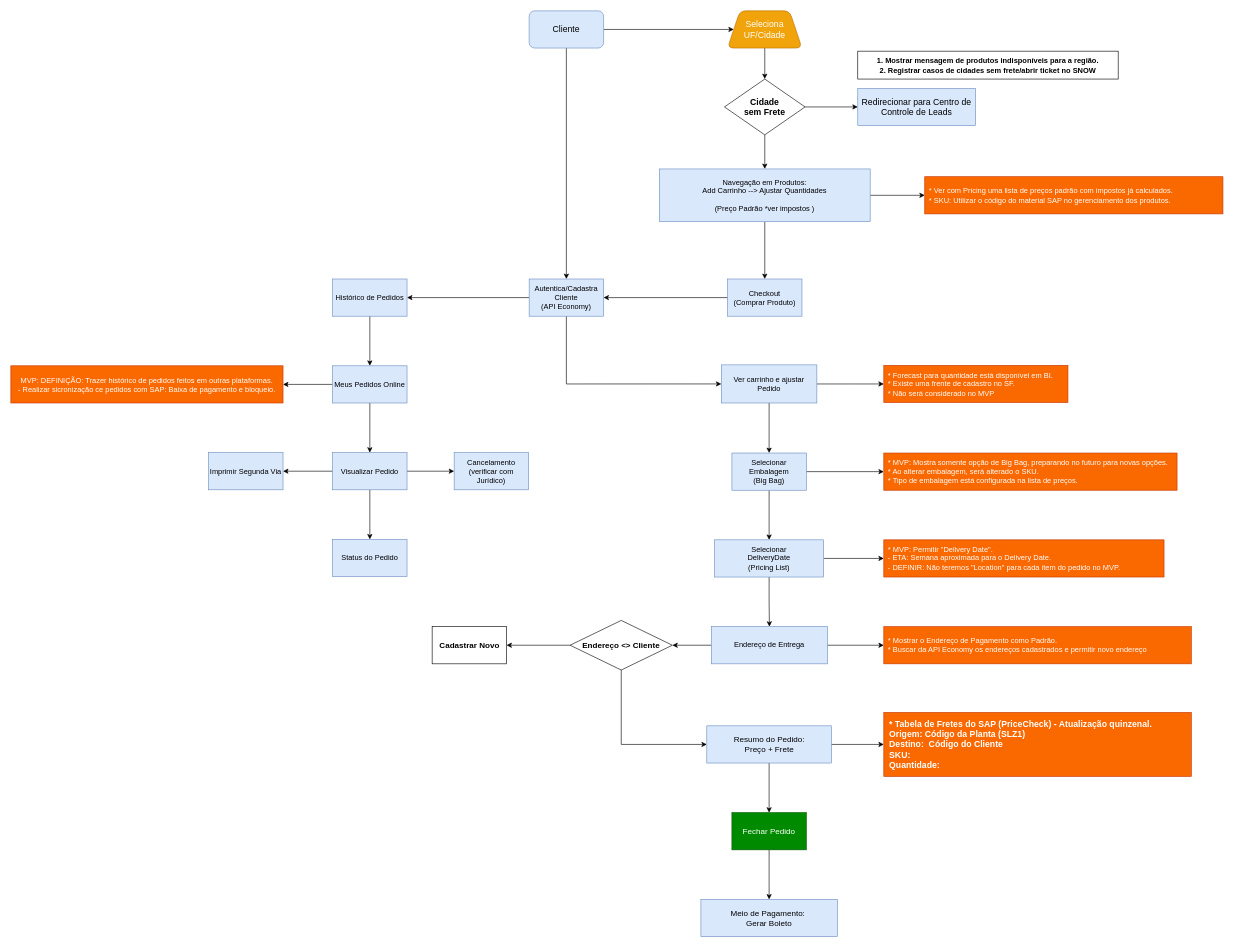
This is page "OrderEntry" (1 of 2) of OnlineSales.drawio from anlugifa/drawio, a draw.io file, before an edit. Source tidied: cells renumbered, new cells numbered last; positions are measured from the earlier drawing's top-left corner, leaving out a move shared by most shapes. Both pictures are drawn from the tidied source at 62%, with x=0, y=0 at pixel (11, 11).
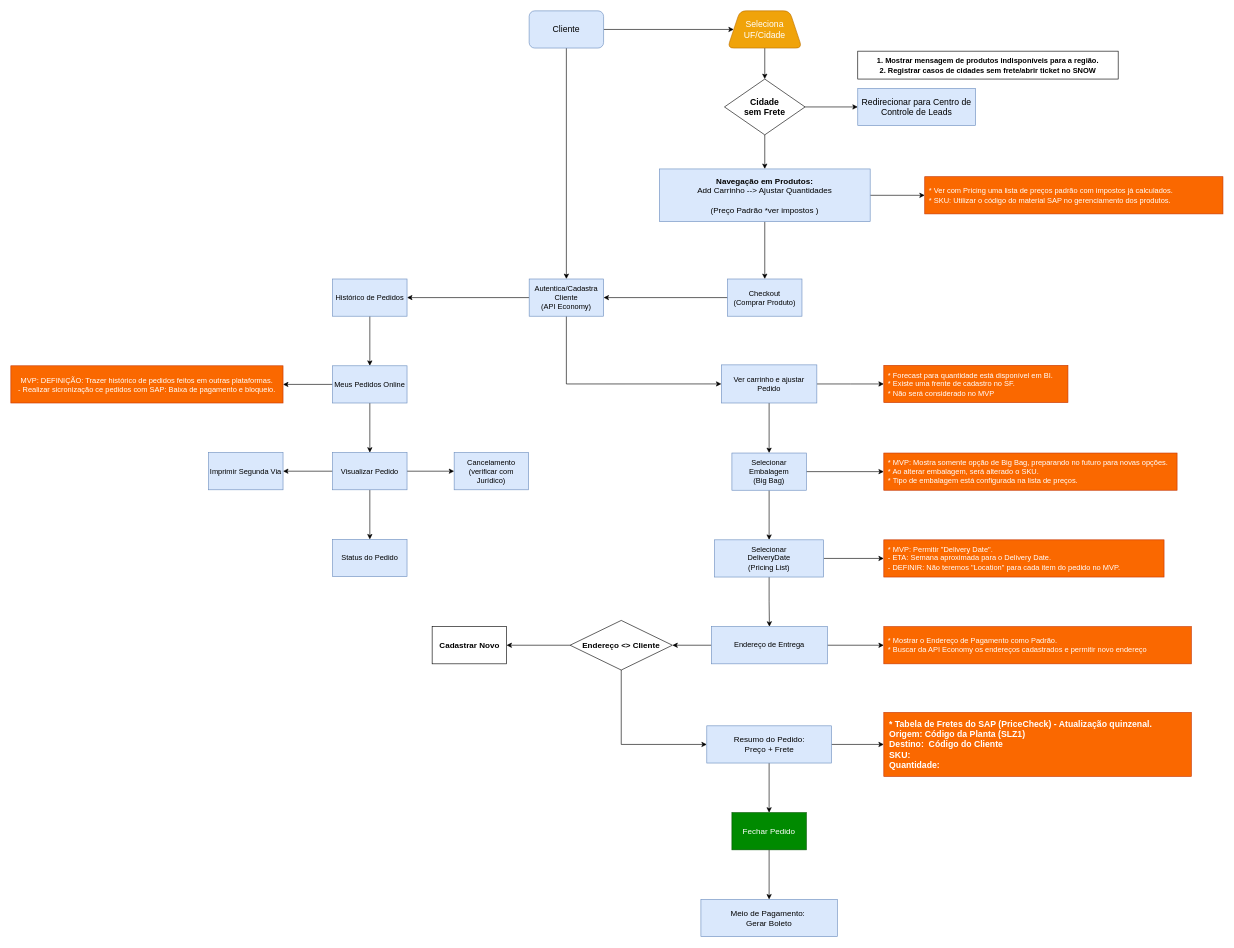
Above is the later version.

The edit, as a diff of the source:
```diff
@@
-    <mxCell id="15" value="&lt;p style=&quot;margin-top: 0pt ; margin-bottom: 0pt ; margin-left: 0in ; text-indent: 0in&quot;&gt;&lt;span style=&quot;font-family: &amp;#34;calibri&amp;#34;&quot;&gt;&lt;font style=&quot;font-size: 12px&quot;&gt;Navegação em Produtos:&lt;/font&gt;&lt;/span&gt;&lt;/p&gt;&lt;p style=&quot;margin-top: 0pt ; margin-bottom: 0pt ; margin-left: 0in ; text-indent: 0in&quot;&gt;&lt;font style=&quot;font-size: 12px&quot;&gt;&lt;span style=&quot;font-family: &amp;#34;calibri&amp;#34;&quot;&gt;Add&lt;/span&gt;&lt;span style=&quot;font-family: &amp;#34;calibri&amp;#34; ; vertical-align: baseline&quot;&gt; Carrinho --&amp;gt; Ajustar Quantidades&lt;/span&gt;&lt;span style=&quot;font-family: &amp;#34;calibri&amp;#34;&quot;&gt;&lt;br&gt;&lt;br&gt;&lt;/span&gt;&lt;span style=&quot;font-family: &amp;#34;calibri&amp;#34;&quot;&gt;(Preço Padrão *ver impostos )&lt;/span&gt;&lt;/font&gt;&lt;/p&gt;" style="whiteSpace=wrap;html=1;fillColor=#dae8fc;strokeColor=#6c8ebf;fontStyle=0;" parent="1" vertex="1">
+    <mxCell id="15" value="&lt;p style=&quot;margin-top: 0pt ; margin-bottom: 0pt ; margin-left: 0in ; text-indent: 0in ; font-size: 13px&quot;&gt;&lt;span style=&quot;font-family: &amp;#34;calibri&amp;#34;&quot;&gt;&lt;font style=&quot;font-size: 13px&quot;&gt;&lt;b&gt;Navegação em Produtos:&lt;/b&gt;&lt;/font&gt;&lt;/span&gt;&lt;/p&gt;&lt;p style=&quot;margin-top: 0pt ; margin-bottom: 0pt ; margin-left: 0in ; text-indent: 0in ; font-size: 13px&quot;&gt;&lt;font style=&quot;font-size: 13px&quot;&gt;&lt;span style=&quot;font-family: &amp;#34;calibri&amp;#34;&quot;&gt;Add&lt;/span&gt;&lt;span style=&quot;font-family: &amp;#34;calibri&amp;#34; ; vertical-align: baseline&quot;&gt; Carrinho --&amp;gt; Ajustar Quantidades&lt;/span&gt;&lt;span style=&quot;font-family: &amp;#34;calibri&amp;#34;&quot;&gt;&lt;br&gt;&lt;br&gt;&lt;/span&gt;&lt;span style=&quot;font-family: &amp;#34;calibri&amp;#34;&quot;&gt;(Preço Padrão *ver impostos )&lt;/span&gt;&lt;/font&gt;&lt;/p&gt;" style="whiteSpace=wrap;html=1;fillColor=#dae8fc;strokeColor=#6c8ebf;fontStyle=0;" parent="1" vertex="1">
       <mxGeometry x="1046" y="255" width="340" height="85" as="geometry" />
     </mxCell>
```
